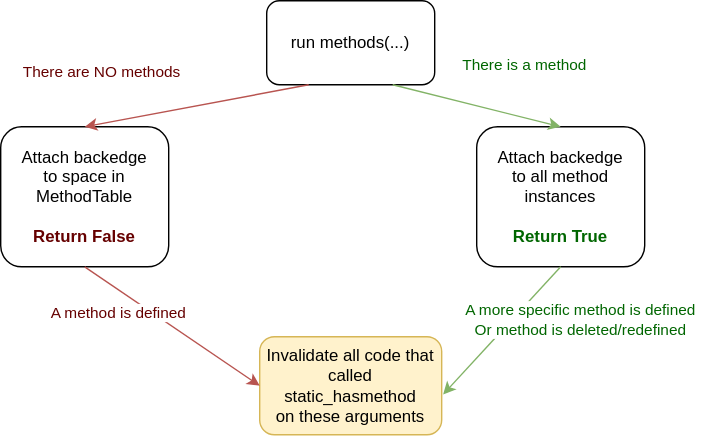
Earlier version of the draw.io export src/assets/static_hasmethod.drawio.svg (oxinabox/TricksJuliaCon2022). Source tidied: cells renumbered, new cells last; positions are measured from the earlier drawing's top-left corner, leaving out a move shared by most shapes.
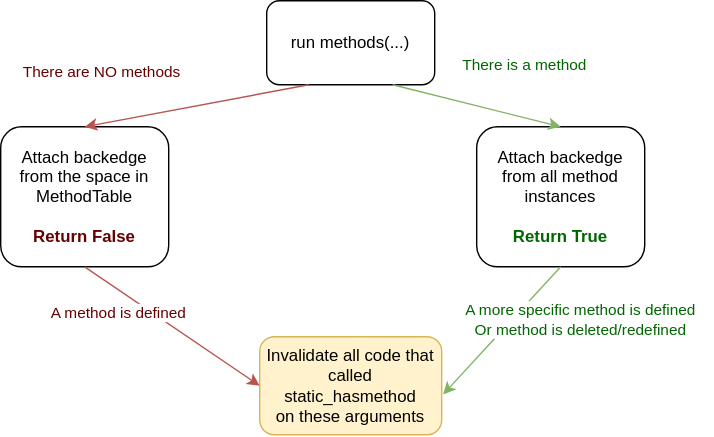
After the change.

The edit, as a diff of the source:
```diff
@@ -5,10 +5,10 @@
     <mxCell id="2" value="run methods(...)" style="rounded=1;whiteSpace=wrap;html=1;" parent="1" vertex="1">
       <mxGeometry x="190" width="120" height="60" as="geometry" />
     </mxCell>
-    <mxCell id="3" value="Attach backedge&lt;br&gt;to space in MethodTable&lt;br&gt;&lt;br&gt;&lt;font color=&quot;#660000&quot;&gt;&lt;b&gt;Return False&lt;/b&gt;&lt;/font&gt;" style="rounded=1;whiteSpace=wrap;html=1;" parent="1" vertex="1">
+    <mxCell id="3" value="Attach backedge&lt;br&gt;from the space in MethodTable&lt;br&gt;&lt;br&gt;&lt;font color=&quot;#660000&quot;&gt;&lt;b&gt;Return False&lt;/b&gt;&lt;/font&gt;" style="rounded=1;whiteSpace=wrap;html=1;" parent="1" vertex="1">
       <mxGeometry y="90" width="120" height="100" as="geometry" />
     </mxCell>
-    <mxCell id="4" value="Attach backedge&lt;br&gt;to all method instances&lt;br&gt;&lt;br&gt;&lt;font color=&quot;#006600&quot;&gt;&lt;b&gt;Return True&lt;/b&gt;&lt;/font&gt;" style="rounded=1;whiteSpace=wrap;html=1;" parent="1" vertex="1">
+    <mxCell id="4" value="Attach backedge&lt;br&gt;from all method instances&lt;br&gt;&lt;br&gt;&lt;font color=&quot;#006600&quot;&gt;&lt;b&gt;Return True&lt;/b&gt;&lt;/font&gt;" style="rounded=1;whiteSpace=wrap;html=1;" parent="1" vertex="1">
       <mxGeometry x="340" y="90" width="120" height="100" as="geometry" />
     </mxCell>
     <mxCell id="5" value="Invalidate all code that called&lt;br&gt;static_hasmethod&lt;br&gt;on these arguments" style="rounded=1;whiteSpace=wrap;html=1;fillColor=#fff2cc;strokeColor=#d6b656;" parent="1" vertex="1">
```
